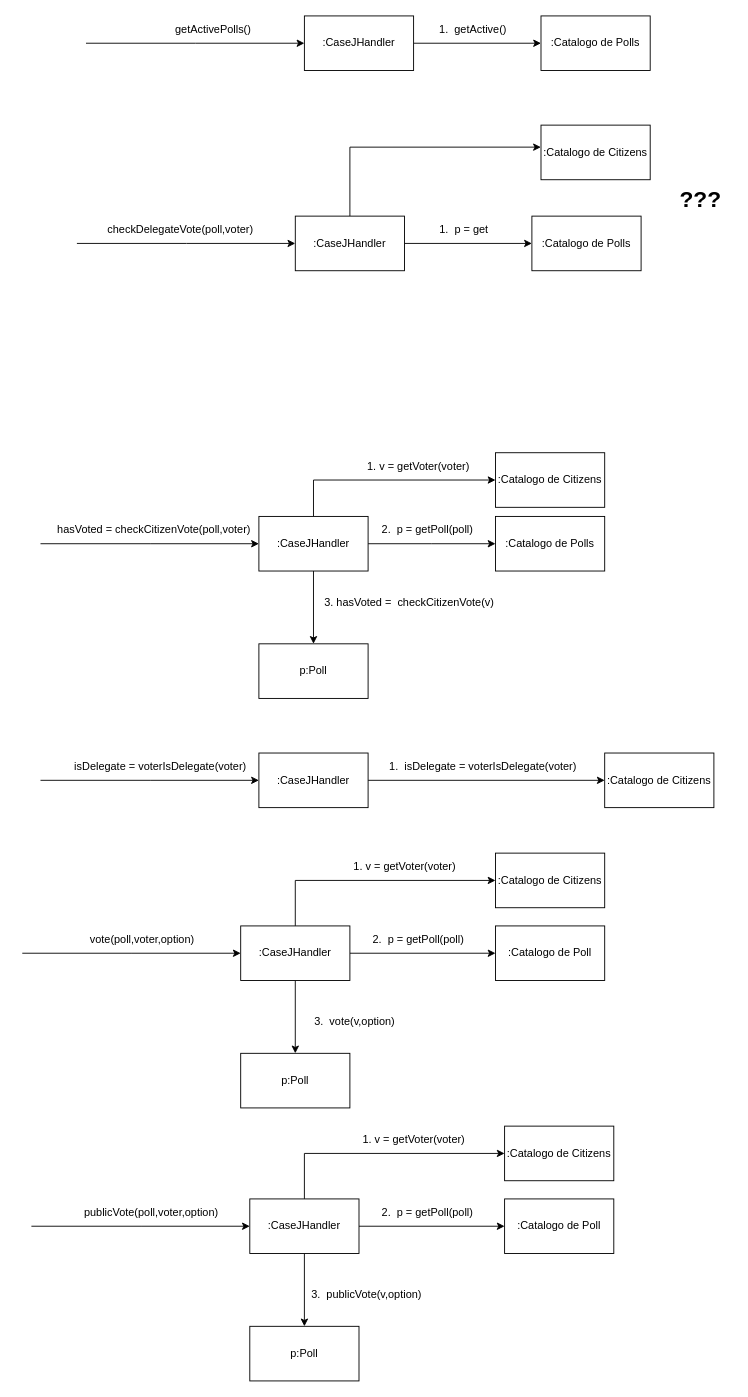
Earlier version of the draw.io diagram page "Page-7" (7 of 8) of docs/IDs.drawio (thiagottvd/democracia2). Source tidied: cells renumbered, new cells numbered last; positions are measured from the earlier drawing's top-left corner, leaving out a move shared by most shapes. Both pictures are drawn from the tidied source at 91%, with x=0, y=0 at pixel (22, 15).
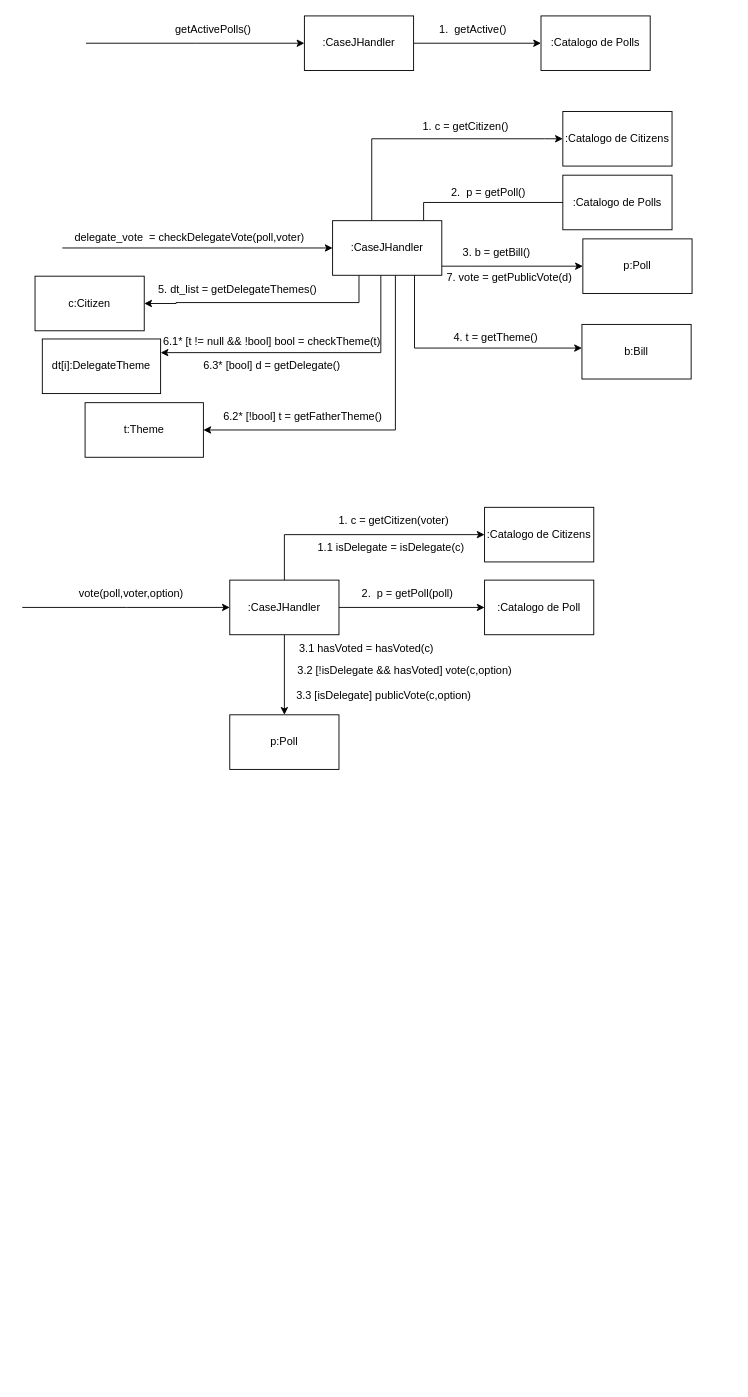
After the change.

Commit message (it also covers changes not shown here):
All DelegateTheme logic is now modeled

Change to the diagram source:
```diff
@@
     <mxCell id="8" style="edgeStyle=orthogonalEdgeStyle;rounded=0;jettySize=auto;html=1;endArrow=none;endFill=0;startArrow=classic;startFill=1;" parent="1" edge="1" source="11">
       <mxGeometry relative="1" as="geometry">
-        <mxPoint x="60" y="250" as="targetPoint" />
+        <mxPoint x="44" y="255" as="targetPoint" />
       </mxGeometry>
     </mxCell>
-    <mxCell id="9" style="edgeStyle=orthogonalEdgeStyle;rounded=0;jettySize=auto;html=1;entryX=0;entryY=0.5;entryDx=0;entryDy=0;" parent="1" edge="1" source="11" target="13">
-      <mxGeometry relative="1" as="geometry" />
+    <mxCell id="9" style="edgeStyle=orthogonalEdgeStyle;rounded=0;jettySize=auto;html=1;" parent="1" edge="1" source="11">
+      <mxGeometry relative="1" as="geometry">
+        <mxPoint x="611" y="205" as="targetPoint" />
+        <Array as="points">
+          <mxPoint x="441" y="205" />
+        </Array>
+      </mxGeometry>
     </mxCell>
-    <mxCell id="10" style="edgeStyle=orthogonalEdgeStyle;rounded=0;jettySize=auto;html=1;entryX=-0.001;entryY=0.403;entryDx=0;entryDy=0;entryPerimeter=0;" parent="1" edge="1" source="11" target="15">
+    <mxCell id="10" style="edgeStyle=orthogonalEdgeStyle;rounded=0;jettySize=auto;html=1;entryX=0;entryY=0.5;entryDx=0;entryDy=0;" parent="1" edge="1" source="11" target="15">
       <mxGeometry relative="1" as="geometry">
         <Array as="points">
-          <mxPoint x="360" y="144" />
+          <mxPoint x="384" y="135" />
+          <mxPoint x="574" y="135" />
         </Array>
       </mxGeometry>
     </mxCell>
+    <mxCell id="59" style="edgeStyle=orthogonalEdgeStyle;rounded=0;jettySize=auto;html=1;" parent="1" edge="1" source="11" target="64">
+      <mxGeometry relative="1" as="geometry">
+        <Array as="points">
+          <mxPoint x="370" y="315" />
+          <mxPoint x="169" y="315" />
+          <mxPoint x="169" y="316" />
+        </Array>
+      </mxGeometry>
+    </mxCell>
+    <mxCell id="60" style="edgeStyle=orthogonalEdgeStyle;rounded=0;jettySize=auto;html=1;entryX=1;entryY=0.25;entryDx=0;entryDy=0;" parent="1" edge="1" source="11" target="70">
+      <mxGeometry relative="1" as="geometry">
+        <Array as="points">
+          <mxPoint x="394" y="370" />
+        </Array>
+      </mxGeometry>
+    </mxCell>
+    <mxCell id="61" style="edgeStyle=orthogonalEdgeStyle;rounded=0;jettySize=auto;html=1;entryX=1;entryY=0.5;entryDx=0;entryDy=0;" parent="1" edge="1" source="11" target="74">
+      <mxGeometry relative="1" as="geometry">
+        <Array as="points">
+          <mxPoint x="410" y="455" />
+        </Array>
+      </mxGeometry>
+    </mxCell>
+    <mxCell id="62" style="edgeStyle=orthogonalEdgeStyle;rounded=0;jettySize=auto;html=1;entryX=0;entryY=0.5;entryDx=0;entryDy=0;" parent="1" edge="1" source="11" target="67">
+      <mxGeometry relative="1" as="geometry">
+        <Array as="points">
+          <mxPoint x="491" y="275" />
+          <mxPoint x="491" y="275" />
+        </Array>
+      </mxGeometry>
+    </mxCell>
     <mxCell id="11" value=":CaseJHandler" style="rounded=0;whiteSpace=wrap;html=1;" parent="1" vertex="1">
-      <mxGeometry x="300" y="220" width="120" height="60" as="geometry" />
+      <mxGeometry x="341" y="225" width="120" height="60" as="geometry" />
     </mxCell>
-    <mxCell id="12" value="checkDelegateVote(poll,voter)" style="text;html=1;strokeColor=none;fillColor=none;align=center;verticalAlign=middle;whiteSpace=wrap;rounded=0;" parent="1" vertex="1">
-      <mxGeometry x="74" y="220" width="200" height="30" as="geometry" />
+    <mxCell id="12" value="delegate_vote&amp;nbsp; = checkDelegateVote(poll,voter)" style="text;html=1;strokeColor=none;fillColor=none;align=center;verticalAlign=middle;whiteSpace=wrap;rounded=0;" parent="1" vertex="1">
+      <mxGeometry x="52" y="229" width="264" height="30" as="geometry" />
     </mxCell>
     <mxCell id="13" value=":Catalogo de Polls" style="whiteSpace=wrap;html=1;" parent="1" vertex="1">
-      <mxGeometry x="560" y="220" width="120" height="60" as="geometry" />
+      <mxGeometry x="594" y="175" width="120" height="60" as="geometry" />
     </mxCell>
-    <mxCell id="14" value="1.&amp;nbsp; p = get" style="text;html=1;align=center;verticalAlign=middle;strokeColor=none;fillColor=none;" parent="1" vertex="1">
-      <mxGeometry x="445" y="220" width="80" height="30" as="geometry" />
+    <mxCell id="14" value="2.&amp;nbsp; p = getPoll()" style="text;html=1;align=center;verticalAlign=middle;strokeColor=none;fillColor=none;" parent="1" vertex="1">
+      <mxGeometry x="457" y="179" width="110" height="30" as="geometry" />
     </mxCell>
     <mxCell id="15" value=":Catalogo de Citizens" style="whiteSpace=wrap;html=1;" parent="1" vertex="1">
-      <mxGeometry x="570" y="120" width="120" height="60" as="geometry" />
+      <mxGeometry x="594" y="105" width="120" height="60" as="geometry" />
     </mxCell>
-    <mxCell id="16" style="edgeStyle=orthogonalEdgeStyle;rounded=0;jettySize=auto;html=1;endArrow=none;endFill=0;startArrow=classic;startFill=1;" parent="1" edge="1" source="20">
-      <mxGeometry relative="1" as="geometry">
-        <mxPoint x="20" y="580" as="targetPoint" />
-      </mxGeometry>
-    </mxCell>
-    <mxCell id="17" style="edgeStyle=orthogonalEdgeStyle;rounded=0;jettySize=auto;html=1;entryX=0;entryY=0.5;entryDx=0;entryDy=0;" parent="1" edge="1" source="20">
-      <mxGeometry relative="1" as="geometry">
-        <mxPoint x="520" y="580" as="targetPoint" />
-      </mxGeometry>
-    </mxCell>
-    <mxCell id="18" style="edgeStyle=orthogonalEdgeStyle;rounded=0;jettySize=auto;html=1;entryX=0;entryY=0.5;entryDx=0;entryDy=0;" parent="1" edge="1" source="20" target="24">
-      <mxGeometry relative="1" as="geometry">
-        <Array as="points">
-          <mxPoint x="320" y="510" />
-        </Array>
-      </mxGeometry>
-    </mxCell>
-    <mxCell id="19" style="edgeStyle=orthogonalEdgeStyle;rounded=0;jettySize=auto;html=1;" parent="1" edge="1" source="20" target="26">
-      <mxGeometry relative="1" as="geometry" />
-    </mxCell>
-    <mxCell id="20" value=":CaseJHandler" style="rounded=0;whiteSpace=wrap;html=1;" parent="1" vertex="1">
-      <mxGeometry x="260" y="550" width="120" height="60" as="geometry" />
-    </mxCell>
-    <mxCell id="21" value="hasVoted = checkCitizenVote(poll,voter)" style="text;html=1;strokeColor=none;fillColor=none;align=center;verticalAlign=middle;whiteSpace=wrap;rounded=0;" parent="1" vertex="1">
-      <mxGeometry x="30" y="550" width="230" height="30" as="geometry" />
-    </mxCell>
-    <mxCell id="22" value=":Catalogo de Polls" style="whiteSpace=wrap;html=1;" parent="1" vertex="1">
-      <mxGeometry x="520" y="550" width="120" height="60" as="geometry" />
-    </mxCell>
-    <mxCell id="23" value="2.&amp;nbsp; p = getPoll(poll)" style="text;html=1;align=center;verticalAlign=middle;strokeColor=none;fillColor=none;" parent="1" vertex="1">
-      <mxGeometry x="385" y="550" width="120" height="30" as="geometry" />
-    </mxCell>
-    <mxCell id="24" value=":Catalogo de Citizens" style="whiteSpace=wrap;html=1;rounded=0;" parent="1" vertex="1">
-      <mxGeometry x="520" y="480" width="120" height="60" as="geometry" />
-    </mxCell>
-    <mxCell id="25" value="1. v = getVoter(voter)" style="text;html=1;align=center;verticalAlign=middle;strokeColor=none;fillColor=none;" parent="1" vertex="1">
-      <mxGeometry x="365" y="480" width="140" height="30" as="geometry" />
-    </mxCell>
-    <mxCell id="26" value="p:Poll" style="rounded=0;whiteSpace=wrap;html=1;" parent="1" vertex="1">
-      <mxGeometry x="260" y="690" width="120" height="60" as="geometry" />
-    </mxCell>
-    <mxCell id="27" value="3. hasVoted =&amp;nbsp; checkCitizenVote(v)" style="text;html=1;align=center;verticalAlign=middle;strokeColor=none;fillColor=none;" parent="1" vertex="1">
-      <mxGeometry x="320" y="630" width="210" height="30" as="geometry" />
-    </mxCell>
-    <mxCell id="28" style="edgeStyle=orthogonalEdgeStyle;rounded=0;jettySize=auto;html=1;endArrow=none;endFill=0;startArrow=classic;startFill=1;" parent="1" edge="1" source="30">
-      <mxGeometry relative="1" as="geometry">
-        <mxPoint x="20" y="840" as="targetPoint" />
-      </mxGeometry>
-    </mxCell>
-    <mxCell id="29" style="edgeStyle=orthogonalEdgeStyle;rounded=0;jettySize=auto;html=1;entryX=0;entryY=0.5;entryDx=0;entryDy=0;" parent="1" edge="1" source="30" target="32">
-      <mxGeometry relative="1" as="geometry" />
-    </mxCell>
-    <mxCell id="30" value=":CaseJHandler" style="rounded=0;whiteSpace=wrap;html=1;" parent="1" vertex="1">
-      <mxGeometry x="260" y="810" width="120" height="60" as="geometry" />
-    </mxCell>
-    <mxCell id="31" value="isDelegate = voterIsDelegate(voter)" style="text;html=1;strokeColor=none;fillColor=none;align=center;verticalAlign=middle;whiteSpace=wrap;rounded=0;" parent="1" vertex="1">
-      <mxGeometry x="52" y="810" width="200" height="30" as="geometry" />
-    </mxCell>
-    <mxCell id="32" value=":Catalogo de Citizens" style="whiteSpace=wrap;html=1;" parent="1" vertex="1">
-      <mxGeometry x="640" y="810" width="120" height="60" as="geometry" />
-    </mxCell>
-    <mxCell id="33" value="1.&amp;nbsp; isDelegate = voterIsDelegate(voter)" style="text;html=1;align=center;verticalAlign=middle;strokeColor=none;fillColor=none;" parent="1" vertex="1">
-      <mxGeometry x="391" y="810" width="230" height="30" as="geometry" />
-    </mxCell>
     <mxCell id="34" style="edgeStyle=orthogonalEdgeStyle;rounded=0;jettySize=auto;html=1;endArrow=none;endFill=0;startArrow=classic;startFill=1;" parent="1" edge="1" source="38">
       <mxGeometry relative="1" as="geometry">
-        <mxPoint y="1030" as="targetPoint" />
+        <mxPoint y="650" as="targetPoint" />
       </mxGeometry>
     </mxCell>
@@
     <mxCell id="37" style="edgeStyle=orthogonalEdgeStyle;rounded=0;jettySize=auto;html=1;entryX=0;entryY=0.5;entryDx=0;entryDy=0;" parent="1" edge="1" source="38" target="44">
       <mxGeometry relative="1" as="geometry">
         <Array as="points">
-          <mxPoint x="300" y="950" />
+          <mxPoint x="288" y="570" />
         </Array>
       </mxGeometry>
     </mxCell>
     <mxCell id="38" value=":CaseJHandler" style="rounded=0;whiteSpace=wrap;html=1;" parent="1" vertex="1">
-      <mxGeometry x="240" y="1000" width="120" height="60" as="geometry" />
+      <mxGeometry x="228" y="620" width="120" height="60" as="geometry" />
     </mxCell>
     <mxCell id="39" value="vote(poll,voter,option)" style="text;html=1;strokeColor=none;fillColor=none;align=center;verticalAlign=middle;whiteSpace=wrap;rounded=0;" parent="1" vertex="1">
-      <mxGeometry x="32" y="1000" width="200" height="30" as="geometry" />
+      <mxGeometry x="20" y="620" width="200" height="30" as="geometry" />
     </mxCell>
     <mxCell id="40" value=":Catalogo de Poll" style="whiteSpace=wrap;html=1;" parent="1" vertex="1">
-      <mxGeometry x="520" y="1000" width="120" height="60" as="geometry" />
+      <mxGeometry x="508" y="620" width="120" height="60" as="geometry" />
     </mxCell>
     <mxCell id="41" value="2.&amp;nbsp; p = getPoll(poll)" style="text;html=1;align=center;verticalAlign=middle;strokeColor=none;fillColor=none;" parent="1" vertex="1">
-      <mxGeometry x="375" y="1000" width="120" height="30" as="geometry" />
+      <mxGeometry x="363" y="620" width="120" height="30" as="geometry" />
     </mxCell>
     <mxCell id="42" value="p:Poll" style="rounded=0;whiteSpace=wrap;html=1;" parent="1" vertex="1">
-      <mxGeometry x="240" y="1140" width="120" height="60" as="geometry" />
+      <mxGeometry x="228" y="768" width="120" height="60" as="geometry" />
     </mxCell>
-    <mxCell id="43" value="3.&amp;nbsp; vote(v,option)" style="text;html=1;align=center;verticalAlign=middle;strokeColor=none;fillColor=none;" parent="1" vertex="1">
-      <mxGeometry x="310" y="1090" width="110" height="30" as="geometry" />
+    <mxCell id="43" value="3.2 [!isDelegate &amp;amp;&amp;amp; hasVoted] vote(c,option)" style="text;html=1;align=center;verticalAlign=middle;strokeColor=none;fillColor=none;" parent="1" vertex="1">
+      <mxGeometry x="290" y="705" width="260" height="30" as="geometry" />
     </mxCell>
     <mxCell id="44" value=":Catalogo de Citizens" style="whiteSpace=wrap;html=1;rounded=0;" parent="1" vertex="1">
-      <mxGeometry x="520" y="920" width="120" height="60" as="geometry" />
+      <mxGeometry x="508" y="540" width="120" height="60" as="geometry" />
     </mxCell>
-    <mxCell id="45" value="1. v = getVoter(voter)" style="text;html=1;align=center;verticalAlign=middle;strokeColor=none;fillColor=none;" parent="1" vertex="1">
-      <mxGeometry x="350" y="920" width="140" height="30" as="geometry" />
+    <mxCell id="45" value="1. c = getCitizen(voter)" style="text;html=1;align=center;verticalAlign=middle;strokeColor=none;fillColor=none;" parent="1" vertex="1">
+      <mxGeometry x="338" y="540" width="140" height="30" as="geometry" />
     </mxCell>
-    <mxCell id="46" style="edgeStyle=orthogonalEdgeStyle;rounded=0;jettySize=auto;html=1;endArrow=none;endFill=0;startArrow=classic;startFill=1;" parent="1" edge="1" source="50">
-      <mxGeometry relative="1" as="geometry">
-        <mxPoint x="10" y="1330" as="targetPoint" />
-      </mxGeometry>
-    </mxCell>
-    <mxCell id="47" style="edgeStyle=orthogonalEdgeStyle;rounded=0;jettySize=auto;html=1;entryX=0;entryY=0.5;entryDx=0;entryDy=0;" parent="1" edge="1" source="50" target="52">
-      <mxGeometry relative="1" as="geometry" />
-    </mxCell>
-    <mxCell id="48" style="edgeStyle=orthogonalEdgeStyle;rounded=0;jettySize=auto;html=1;" parent="1" edge="1" source="50" target="54">
-      <mxGeometry relative="1" as="geometry" />
-    </mxCell>
-    <mxCell id="49" style="edgeStyle=orthogonalEdgeStyle;rounded=0;jettySize=auto;html=1;entryX=0;entryY=0.5;entryDx=0;entryDy=0;" parent="1" edge="1" source="50" target="56">
-      <mxGeometry relative="1" as="geometry">
-        <Array as="points">
-          <mxPoint x="310" y="1250" />
-        </Array>
-      </mxGeometry>
-    </mxCell>
-    <mxCell id="50" value=":CaseJHandler" style="rounded=0;whiteSpace=wrap;html=1;" parent="1" vertex="1">
-      <mxGeometry x="250" y="1300" width="120" height="60" as="geometry" />
-    </mxCell>
-    <mxCell id="51" value="publicVote(poll,voter,option)" style="text;html=1;strokeColor=none;fillColor=none;align=center;verticalAlign=middle;whiteSpace=wrap;rounded=0;" parent="1" vertex="1">
-      <mxGeometry x="42" y="1300" width="200" height="30" as="geometry" />
-    </mxCell>
-    <mxCell id="52" value=":Catalogo de Poll" style="whiteSpace=wrap;html=1;" parent="1" vertex="1">
-      <mxGeometry x="530" y="1300" width="120" height="60" as="geometry" />
-    </mxCell>
-    <mxCell id="53" value="2.&amp;nbsp; p = getPoll(poll)" style="text;html=1;align=center;verticalAlign=middle;strokeColor=none;fillColor=none;" parent="1" vertex="1">
-      <mxGeometry x="385" y="1300" width="120" height="30" as="geometry" />
-    </mxCell>
-    <mxCell id="54" value="p:Poll" style="rounded=0;whiteSpace=wrap;html=1;" parent="1" vertex="1">
-      <mxGeometry x="250" y="1440" width="120" height="60" as="geometry" />
-    </mxCell>
-    <mxCell id="55" value="3.&amp;nbsp; publicVote(v,option)" style="text;html=1;align=center;verticalAlign=middle;strokeColor=none;fillColor=none;" parent="1" vertex="1">
-      <mxGeometry x="308" y="1390" width="140" height="30" as="geometry" />
-    </mxCell>
-    <mxCell id="56" value=":Catalogo de Citizens" style="whiteSpace=wrap;html=1;rounded=0;" parent="1" vertex="1">
-      <mxGeometry x="530" y="1220" width="120" height="60" as="geometry" />
-    </mxCell>
-    <mxCell id="57" value="1. v = getVoter(voter)" style="text;html=1;align=center;verticalAlign=middle;strokeColor=none;fillColor=none;" parent="1" vertex="1">
-      <mxGeometry x="360" y="1220" width="140" height="30" as="geometry" />
-    </mxCell>
-    <mxCell id="58" value="&lt;b&gt;&lt;font style=&quot;font-size: 25px;&quot;&gt;???&lt;/font&gt;&lt;/b&gt;" style="text;html=1;align=center;verticalAlign=middle;strokeColor=none;fillColor=none;" parent="1" vertex="1">
-      <mxGeometry x="710" y="180" width="70" height="40" as="geometry" />
-    </mxCell>
+    <mxCell id="63" value="1. c = getCitizen()" style="text;html=1;align=center;verticalAlign=middle;strokeColor=none;fillColor=none;" parent="1" vertex="1">
+      <mxGeometry x="427" y="107" width="120" height="30" as="geometry" />
+    </mxCell>
+    <mxCell id="64" value="c:Citizen" style="rounded=0;whiteSpace=wrap;html=1;" parent="1" vertex="1">
+      <mxGeometry x="14" y="286" width="120" height="60" as="geometry" />
+    </mxCell>
+    <mxCell id="65" value="5. dt_list = getDelegateThemes()&amp;nbsp;" style="text;html=1;align=center;verticalAlign=middle;strokeColor=none;fillColor=none;" parent="1" vertex="1">
+      <mxGeometry x="138" y="286" width="200" height="30" as="geometry" />
+    </mxCell>
+    <mxCell id="66" style="edgeStyle=orthogonalEdgeStyle;rounded=0;jettySize=auto;html=1;exitX=0.75;exitY=1;exitDx=0;exitDy=0;" parent="1" edge="1" source="11" target="68">
+      <mxGeometry relative="1" as="geometry">
+        <Array as="points">
+          <mxPoint x="431" y="365" />
+        </Array>
+      </mxGeometry>
+    </mxCell>
+    <mxCell id="67" value="p:Poll" style="rounded=0;whiteSpace=wrap;html=1;" parent="1" vertex="1">
+      <mxGeometry x="616" y="245" width="120" height="60" as="geometry" />
+    </mxCell>
+    <mxCell id="68" value="b:Bill" style="rounded=0;whiteSpace=wrap;html=1;" parent="1" vertex="1">
+      <mxGeometry x="615" y="339" width="120" height="60" as="geometry" />
+    </mxCell>
+    <mxCell id="69" value="6.3* [bool] d = getDelegate()" style="text;html=1;align=center;verticalAlign=middle;strokeColor=none;fillColor=none;" parent="1" vertex="1">
+      <mxGeometry x="189" y="369" width="170" height="30" as="geometry" />
+    </mxCell>
+    <mxCell id="70" value="dt[i]:DelegateTheme" style="rounded=0;whiteSpace=wrap;html=1;" parent="1" vertex="1">
+      <mxGeometry x="22" y="355" width="130" height="60" as="geometry" />
+    </mxCell>
+    <mxCell id="71" value="7. vote = getPublicVote(d)" style="text;html=1;align=center;verticalAlign=middle;strokeColor=none;fillColor=none;" parent="1" vertex="1">
+      <mxGeometry x="455" y="273" width="160" height="30" as="geometry" />
+    </mxCell>
+    <mxCell id="72" value="6.2* [!bool] t = getFatherTheme()" style="text;html=1;align=center;verticalAlign=middle;strokeColor=none;fillColor=none;" parent="1" vertex="1">
+      <mxGeometry x="208" y="425" width="200" height="30" as="geometry" />
+    </mxCell>
+    <mxCell id="73" value="6.1* [t != null &amp;amp;&amp;amp; !bool] bool = checkTheme(t)" style="text;html=1;align=center;verticalAlign=middle;strokeColor=none;fillColor=none;" parent="1" vertex="1">
+      <mxGeometry x="144" y="343" width="260" height="30" as="geometry" />
+    </mxCell>
+    <mxCell id="74" value="t:Theme" style="rounded=0;whiteSpace=wrap;html=1;" parent="1" vertex="1">
+      <mxGeometry x="69" y="425" width="130" height="60" as="geometry" />
+    </mxCell>
+    <mxCell id="75" value="3. b = getBill()" style="text;html=1;align=center;verticalAlign=middle;strokeColor=none;fillColor=none;" parent="1" vertex="1">
+      <mxGeometry x="471" y="245" width="100" height="30" as="geometry" />
+    </mxCell>
+    <mxCell id="76" value="4. t = getTheme()" style="text;html=1;align=center;verticalAlign=middle;strokeColor=none;fillColor=none;" parent="1" vertex="1">
+      <mxGeometry x="460" y="339" width="120" height="30" as="geometry" />
+    </mxCell>
+    <mxCell id="77" value="1.1 isDelegate = isDelegate(c)" style="text;html=1;align=center;verticalAlign=middle;strokeColor=none;fillColor=none;" parent="1" vertex="1">
+      <mxGeometry x="315" y="570" width="180" height="30" as="geometry" />
+    </mxCell>
+    <mxCell id="78" value="3.3 [isDelegate] publicVote(c,option)" style="text;html=1;align=center;verticalAlign=middle;strokeColor=none;fillColor=none;" parent="1" vertex="1">
+      <mxGeometry x="287" y="732" width="220" height="30" as="geometry" />
+    </mxCell>
+    <mxCell id="79" value="3.1 hasVoted = hasVoted(c)" style="text;html=1;align=center;verticalAlign=middle;strokeColor=none;fillColor=none;" parent="1" vertex="1">
+      <mxGeometry x="293" y="680" width="170" height="30" as="geometry" />
+    </mxCell>
```
